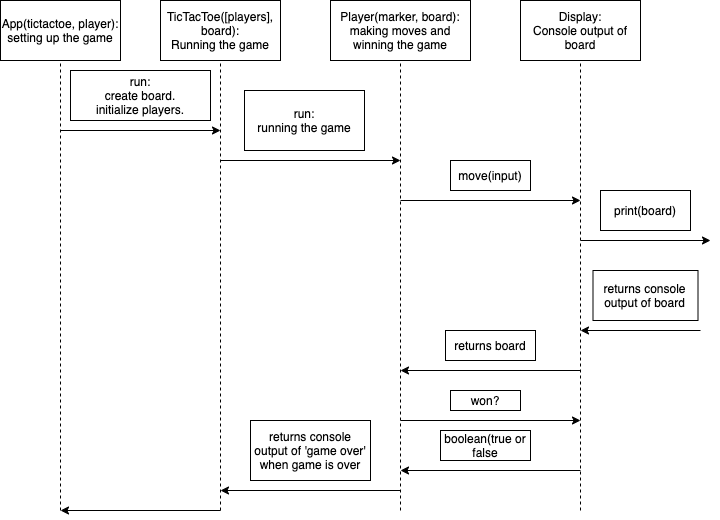
Above: diagram.png in amittauro/tic-tac-toe (draw.io), before the change. Source tidied: cells renumbered, new cells last; positions are measured from the earlier drawing's top-left corner, leaving out a move shared by most shapes.
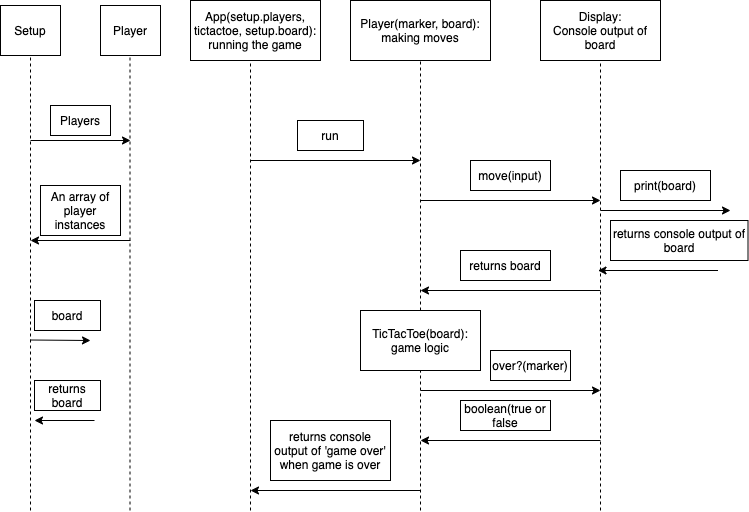
The same file after the commit.

What changed in the source:
```diff
@@ -2,18 +2,18 @@
   <root>
     <mxCell id="0" />
     <mxCell id="1" parent="0" />
-    <mxCell id="2" value="App(tictactoe, player):&lt;br&gt;setting up the game" style="rounded=0;whiteSpace=wrap;html=1;" parent="1" vertex="1">
-      <mxGeometry width="120" height="60" as="geometry" />
+    <mxCell id="2" value="Setup" style="rounded=0;whiteSpace=wrap;html=1;" parent="1" vertex="1">
+      <mxGeometry x="-20" y="5" width="60" height="50" as="geometry" />
     </mxCell>
     <mxCell id="3" style="endArrow=none;dashed=1;html=1;entryX=0.5;entryY=1;entryDx=0;entryDy=0;" parent="1" edge="1" target="2">
       <mxGeometry relative="1" as="geometry">
-        <mxPoint x="60" y="510" as="sourcePoint" />
+        <mxPoint x="10" y="510" as="sourcePoint" />
       </mxGeometry>
     </mxCell>
-    <mxCell id="4" value="TicTacToe([players], board):&lt;br&gt;Running the game" style="rounded=0;whiteSpace=wrap;html=1;" parent="1" vertex="1">
-      <mxGeometry x="160" width="120" height="60" as="geometry" />
+    <mxCell id="4" value="TicTacToe(board):&lt;br&gt;game logic" style="rounded=0;whiteSpace=wrap;html=1;" parent="1" vertex="1">
+      <mxGeometry x="340" y="310" width="120" height="60" as="geometry" />
     </mxCell>
-    <mxCell id="5" value="Player(marker, board): making moves and winning the game" style="rounded=0;whiteSpace=wrap;html=1;" parent="1" vertex="1">
+    <mxCell id="5" value="Player(marker, board): making moves" style="rounded=0;whiteSpace=wrap;html=1;" parent="1" vertex="1">
       <mxGeometry x="330" width="140" height="60" as="geometry" />
     </mxCell>
     <mxCell id="6" value="Display:&lt;br&gt;Console output of board" style="rounded=0;whiteSpace=wrap;html=1;" parent="1" vertex="1">
@@ -21,31 +21,24 @@
     </mxCell>
     <mxCell id="7" style="endArrow=classic;html=1;" parent="1" edge="1">
       <mxGeometry relative="1" as="geometry">
-        <mxPoint x="60" y="130" as="sourcePoint" />
-        <mxPoint x="220" y="130" as="targetPoint" />
+        <mxPoint x="10" y="140" as="sourcePoint" />
+        <mxPoint x="110" y="140" as="targetPoint" />
       </mxGeometry>
     </mxCell>
-    <mxCell id="8" value="run:&lt;br&gt;create board.&lt;br&gt;initialize players." style="rounded=0;whiteSpace=wrap;html=1;" parent="1" vertex="1">
-      <mxGeometry x="70" y="70" width="140" height="50" as="geometry" />
+    <mxCell id="8" value="Players" style="rounded=0;whiteSpace=wrap;html=1;" parent="1" vertex="1">
+      <mxGeometry x="30" y="105" width="60" height="30" as="geometry" />
     </mxCell>
-    <mxCell id="9" style="endArrow=none;dashed=1;html=1;entryX=0.5;entryY=1;entryDx=0;entryDy=0;" parent="1" edge="1" target="4">
-      <mxGeometry relative="1" as="geometry">
-        <mxPoint x="220" y="510" as="sourcePoint" />
-      </mxGeometry>
-    </mxCell>
     <mxCell id="10" style="endArrow=classic;html=1;" parent="1" edge="1">
       <mxGeometry relative="1" as="geometry">
-        <mxPoint x="220" y="160" as="sourcePoint" />
+        <mxPoint x="230" y="160" as="sourcePoint" />
         <mxPoint x="400" y="160" as="targetPoint" />
       </mxGeometry>
     </mxCell>
-    <mxCell id="11" value="run:&lt;br&gt;running the game" style="rounded=0;whiteSpace=wrap;html=1;" parent="1" vertex="1">
-      <mxGeometry x="244" y="90" width="120" height="60" as="geometry" />
+    <mxCell id="11" value="run" style="rounded=0;whiteSpace=wrap;html=1;" parent="1" vertex="1">
+      <mxGeometry x="277" y="120" width="66" height="30" as="geometry" />
     </mxCell>
-    <mxCell id="12" style="endArrow=none;dashed=1;html=1;entryX=0.5;entryY=1;entryDx=0;entryDy=0;" parent="1" edge="1" target="5">
-      <mxGeometry relative="1" as="geometry">
-        <mxPoint x="400" y="510" as="sourcePoint" />
-      </mxGeometry>
+    <mxCell id="12" style="endArrow=none;dashed=1;html=1;entryX=0.5;entryY=1;entryDx=0;entryDy=0;exitX=0.5;exitY=0;exitDx=0;exitDy=0;" parent="1" edge="1" source="4" target="5">
+      <mxGeometry relative="1" as="geometry" />
     </mxCell>
     <mxCell id="13" style="endArrow=classic;html=1;" parent="1" edge="1">
       <mxGeometry relative="1" as="geometry">
@@ -63,63 +56,108 @@
     </mxCell>
     <mxCell id="16" style="endArrow=classic;html=1;" parent="1" edge="1">
       <mxGeometry relative="1" as="geometry">
-        <mxPoint x="580" y="240" as="sourcePoint" />
-        <mxPoint x="710" y="240" as="targetPoint" />
+        <mxPoint x="580" y="210" as="sourcePoint" />
+        <mxPoint x="710" y="210" as="targetPoint" />
       </mxGeometry>
     </mxCell>
     <mxCell id="17" value="print(board)" style="rounded=0;whiteSpace=wrap;html=1;" parent="1" vertex="1">
-      <mxGeometry x="600" y="190" width="90" height="40" as="geometry" />
+      <mxGeometry x="600" y="170" width="90" height="30" as="geometry" />
     </mxCell>
     <mxCell id="18" style="endArrow=classic;html=1;" parent="1" edge="1">
       <mxGeometry relative="1" as="geometry">
-        <mxPoint x="700" y="330" as="sourcePoint" />
-        <mxPoint x="580" y="330" as="targetPoint" />
+        <mxPoint x="697.5" y="270" as="sourcePoint" />
+        <mxPoint x="577.5" y="270" as="targetPoint" />
       </mxGeometry>
     </mxCell>
     <mxCell id="19" value="returns console output of board" style="rounded=0;whiteSpace=wrap;html=1;" parent="1" vertex="1">
-      <mxGeometry x="592.5" y="270" width="105" height="50" as="geometry" />
+      <mxGeometry x="590" y="220" width="137.5" height="40" as="geometry" />
     </mxCell>
     <mxCell id="20" style="endArrow=classic;html=1;" parent="1" edge="1">
       <mxGeometry relative="1" as="geometry">
-        <mxPoint x="580" y="370" as="sourcePoint" />
-        <mxPoint x="400" y="370" as="targetPoint" />
+        <mxPoint x="580" y="290" as="sourcePoint" />
+        <mxPoint x="400" y="290" as="targetPoint" />
       </mxGeometry>
     </mxCell>
     <mxCell id="21" value="returns board" style="rounded=0;whiteSpace=wrap;html=1;" parent="1" vertex="1">
-      <mxGeometry x="445" y="330" width="90" height="30" as="geometry" />
+      <mxGeometry x="440" y="250" width="90" height="30" as="geometry" />
     </mxCell>
     <mxCell id="22" style="endArrow=classic;html=1;" parent="1" edge="1">
       <mxGeometry relative="1" as="geometry">
         <mxPoint x="400" y="490" as="sourcePoint" />
-        <mxPoint x="220" y="490" as="targetPoint" />
+        <mxPoint x="230" y="490" as="targetPoint" />
       </mxGeometry>
     </mxCell>
     <mxCell id="23" style="endArrow=classic;html=1;" parent="1" edge="1">
       <mxGeometry relative="1" as="geometry">
-        <mxPoint x="400" y="420" as="sourcePoint" />
-        <mxPoint x="580" y="420" as="targetPoint" />
+        <mxPoint x="400" y="390" as="sourcePoint" />
+        <mxPoint x="580" y="390" as="targetPoint" />
       </mxGeometry>
     </mxCell>
-    <mxCell id="24" value="won?" style="rounded=0;whiteSpace=wrap;html=1;" parent="1" vertex="1">
-      <mxGeometry x="450" y="390" width="70" height="20" as="geometry" />
+    <mxCell id="24" value="over?(marker)" style="rounded=0;whiteSpace=wrap;html=1;" parent="1" vertex="1">
+      <mxGeometry x="470" y="350" width="80" height="30" as="geometry" />
     </mxCell>
     <mxCell id="25" style="endArrow=classic;html=1;" parent="1" edge="1">
       <mxGeometry relative="1" as="geometry">
-        <mxPoint x="580" y="470" as="sourcePoint" />
-        <mxPoint x="400" y="470" as="targetPoint" />
+        <mxPoint x="580" y="440" as="sourcePoint" />
+        <mxPoint x="400" y="440" as="targetPoint" />
       </mxGeometry>
     </mxCell>
     <mxCell id="26" value="boolean(true or false" style="rounded=0;whiteSpace=wrap;html=1;" parent="1" vertex="1">
-      <mxGeometry x="440" y="430" width="90" height="30" as="geometry" />
+      <mxGeometry x="440" y="400" width="90" height="30" as="geometry" />
     </mxCell>
-    <mxCell id="27" style="endArrow=classic;html=1;" parent="1" edge="1">
-      <mxGeometry relative="1" as="geometry">
-        <mxPoint x="220" y="510" as="sourcePoint" />
-        <mxPoint x="60" y="510" as="targetPoint" />
-      </mxGeometry>
-    </mxCell>
     <mxCell id="28" value="returns console output of 'game over' when game is over" style="rounded=0;whiteSpace=wrap;html=1;" parent="1" vertex="1">
       <mxGeometry x="250" y="420" width="120" height="60" as="geometry" />
     </mxCell>
+    <mxCell id="29" value="App(setup.players, tictactoe, setup.board):&lt;br&gt;running the game" style="rounded=0;whiteSpace=wrap;html=1;" parent="1" vertex="1">
+      <mxGeometry x="170" width="130" height="60" as="geometry" />
+    </mxCell>
+    <mxCell id="30" value="Player" style="rounded=0;whiteSpace=wrap;html=1;" parent="1" vertex="1">
+      <mxGeometry x="80" y="5" width="60" height="50" as="geometry" />
+    </mxCell>
+    <mxCell id="31" style="endArrow=none;dashed=1;html=1;entryX=0.5;entryY=1;entryDx=0;entryDy=0;" parent="1" edge="1">
+      <mxGeometry relative="1" as="geometry">
+        <mxPoint x="109.5" y="510" as="sourcePoint" />
+        <mxPoint x="109.5" y="55" as="targetPoint" />
+      </mxGeometry>
+    </mxCell>
+    <mxCell id="32" style="endArrow=classic;html=1;" parent="1" edge="1">
+      <mxGeometry relative="1" as="geometry">
+        <mxPoint x="110" y="240" as="sourcePoint" />
+        <mxPoint x="10" y="240" as="targetPoint" />
+      </mxGeometry>
+    </mxCell>
+    <mxCell id="33" value="An array of player instances" style="rounded=0;whiteSpace=wrap;html=1;" parent="1" vertex="1">
+      <mxGeometry x="20" y="185" width="80" height="50" as="geometry" />
+    </mxCell>
+    <mxCell id="34" style="endArrow=none;dashed=1;html=1;entryX=0.5;entryY=1;entryDx=0;entryDy=0;" parent="1" edge="1">
+      <mxGeometry relative="1" as="geometry">
+        <mxPoint x="230" y="510" as="sourcePoint" />
+        <mxPoint x="230" y="60" as="targetPoint" />
+      </mxGeometry>
+    </mxCell>
+    <mxCell id="35" style="endArrow=none;dashed=1;html=1;entryX=0.5;entryY=1;entryDx=0;entryDy=0;" parent="1" edge="1">
+      <mxGeometry relative="1" as="geometry">
+        <mxPoint x="400" y="510" as="sourcePoint" />
+        <mxPoint x="400" y="370" as="targetPoint" />
+      </mxGeometry>
+    </mxCell>
+    <mxCell id="36" style="endArrow=classic;html=1;" parent="1" edge="1">
+      <mxGeometry relative="1" as="geometry">
+        <mxPoint x="10" y="339.5" as="sourcePoint" />
+        <mxPoint x="70" y="340" as="targetPoint" />
+      </mxGeometry>
+    </mxCell>
+    <mxCell id="37" value="board" style="rounded=0;whiteSpace=wrap;html=1;" parent="1" vertex="1">
+      <mxGeometry x="14" y="300" width="66" height="30" as="geometry" />
+    </mxCell>
+    <mxCell id="38" style="endArrow=classic;html=1;" parent="1" edge="1">
+      <mxGeometry relative="1" as="geometry">
+        <mxPoint x="74" y="420" as="sourcePoint" />
+        <mxPoint x="14" y="420" as="targetPoint" />
+      </mxGeometry>
+    </mxCell>
+    <mxCell id="39" value="returns board" style="rounded=0;whiteSpace=wrap;html=1;" parent="1" vertex="1">
+      <mxGeometry x="14" y="380" width="66" height="30" as="geometry" />
+    </mxCell>
   </root>
 </mxGraphModel>
```
